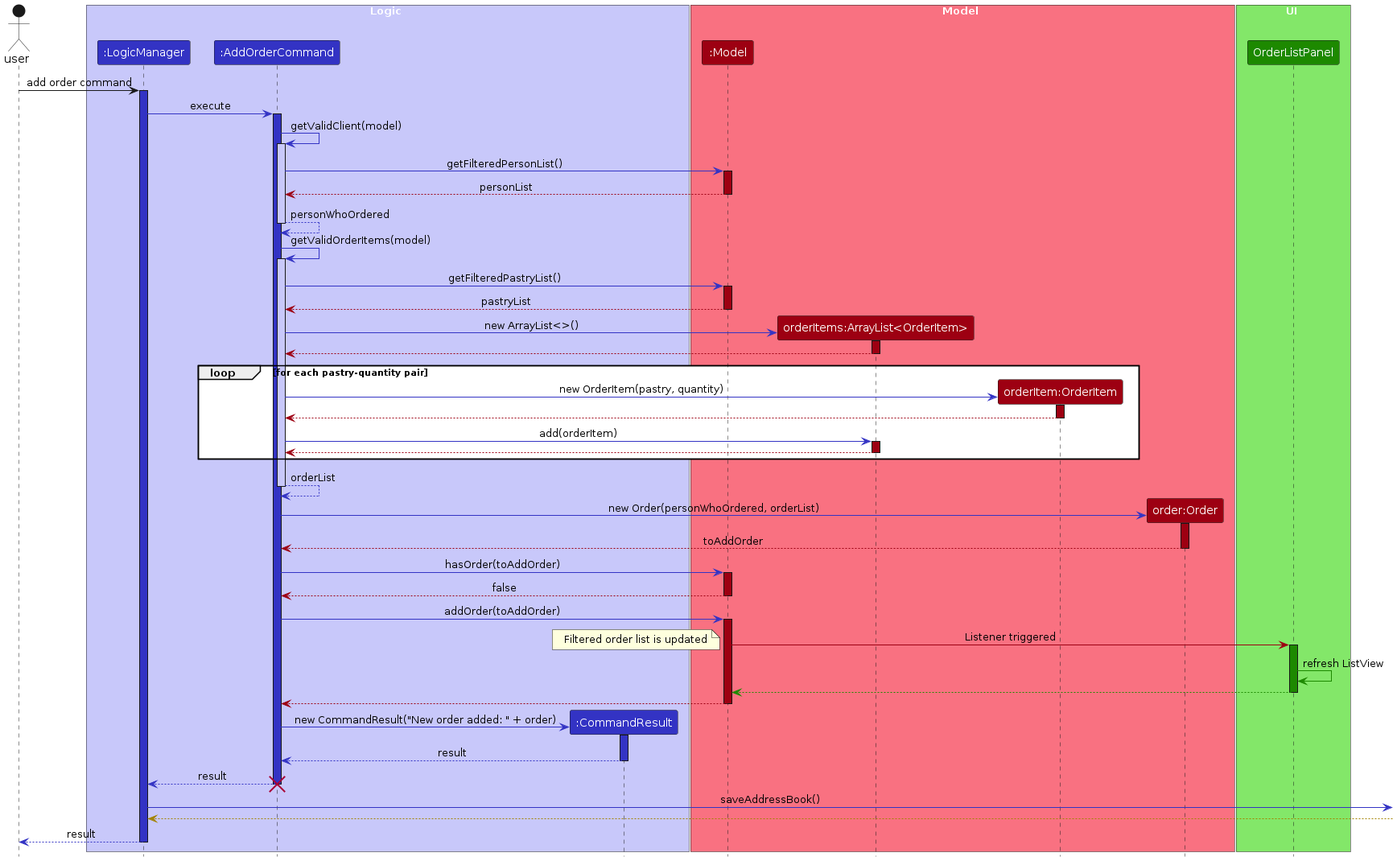
AY2425S2-CS2103T-F13-2/tp keeps this PlantUML diagram as diagrams/AddOrderDiagram.png. Above is the earlier version. Its source is kept beside it as diagrams/AddOrderDiagram.puml. Its diagram source:
```plantuml
@startuml
!include style.puml
skinparam ArrowFontStyle plain

Actor user as user USER_COLOR

box Logic LOGIC_COLOR_T1
participant ":LogicManager" as Logic LOGIC_COLOR
participant ":AddOrderCommand" as AddOrderCommand LOGIC_COLOR
participant ":CommandResult" as CommandResult LOGIC_COLOR
end box

box Model MODEL_COLOR_T1
participant ":Model" as Model MODEL_COLOR
participant "orderItems:ArrayList<OrderItem>" as OrderItems MODEL_COLOR
participant "orderItem:OrderItem" as OrderItem MODEL_COLOR
participant "order:Order" as Order MODEL_COLOR
end box

box UI UI_COLOR_T1
participant "OrderListPanel" as OrderListPanel UI_COLOR
end box

user -[USER_COLOR]> Logic : add order command
activate Logic LOGIC_COLOR

Logic -[LOGIC_COLOR]> AddOrderCommand : execute
activate AddOrderCommand LOGIC_COLOR

AddOrderCommand -[LOGIC_COLOR]> AddOrderCommand : getValidClient(model)
activate AddOrderCommand LOGIC_COLOR_T1
AddOrderCommand -[LOGIC_COLOR]> Model : getFilteredPersonList()
activate Model MODEL_COLOR
Model -[MODEL_COLOR]-> AddOrderCommand : personList
deactivate Model MODEL_COLOR
AddOrderCommand -[LOGIC_COLOR]-> AddOrderCommand : personWhoOrdered
deactivate AddOrderCommand LOGIC_COLOR_T1

AddOrderCommand -[LOGIC_COLOR]> AddOrderCommand : getValidOrderItems(model)
activate AddOrderCommand LOGIC_COLOR_T1
AddOrderCommand -[LOGIC_COLOR]> Model : getFilteredPastryList()
activate Model MODEL_COLOR
Model -[MODEL_COLOR]-> AddOrderCommand : pastryList
deactivate Model MODEL_COLOR

create OrderItems MODEL_COLOR
AddOrderCommand -[LOGIC_COLOR]> OrderItems : new ArrayList<>()
activate OrderItems MODEL_COLOR
OrderItems -[MODEL_COLOR]-> AddOrderCommand
deactivate OrderItems MODEL_COLOR

loop for each pastry-quantity pair
  create OrderItem MODEL_COLOR
  AddOrderCommand -[LOGIC_COLOR]> OrderItem : new OrderItem(pastry, quantity)
  activate OrderItem MODEL_COLOR
  OrderItem -[MODEL_COLOR]-> AddOrderCommand
  deactivate OrderItem MODEL_COLOR

  AddOrderCommand -[LOGIC_COLOR]> OrderItems : add(orderItem)
  activate OrderItems MODEL_COLOR
  OrderItems -[MODEL_COLOR]-> AddOrderCommand
  deactivate OrderItems MODEL_COLOR
end
AddOrderCommand -[LOGIC_COLOR]-> AddOrderCommand : orderList
deactivate AddOrderCommand LOGIC_COLOR_T1

create Order MODEL_COLOR
AddOrderCommand -[LOGIC_COLOR]> Order : new Order(personWhoOrdered, orderList)
activate Order MODEL_COLOR
Order -[MODEL_COLOR]-> AddOrderCommand : toAddOrder
deactivate Order MODEL_COLOR

AddOrderCommand -[LOGIC_COLOR]> Model : hasOrder(toAddOrder)
activate Model MODEL_COLOR
Model -[MODEL_COLOR]-> AddOrderCommand : false
deactivate Model MODEL_COLOR

AddOrderCommand -[LOGIC_COLOR]> Model : addOrder(toAddOrder)
activate Model MODEL_COLOR
Model -[MODEL_COLOR]> OrderListPanel : Listener triggered
note left: Filtered order list is updated
activate OrderListPanel UI_COLOR
OrderListPanel -[UI_COLOR]> OrderListPanel : refresh ListView
OrderListPanel -[UI_COLOR]-> Model
deactivate OrderListPanel UI_COLOR
Model -[MODEL_COLOR]-> AddOrderCommand
deactivate Model MODEL_COLOR

create CommandResult LOGIC_COLOR
AddOrderCommand -[LOGIC_COLOR]> CommandResult : new CommandResult("New order added: " + order)
activate CommandResult LOGIC_COLOR
CommandResult -[LOGIC_COLOR]-> AddOrderCommand : result
deactivate CommandResult LOGIC_COLOR

AddOrderCommand -[LOGIC_COLOR]-> Logic : result
deactivate AddOrderCommand LOGIC_COLOR

destroy AddOrderCommand
Logic -[LOGIC_COLOR]> : saveAddressBook()
]-[STORAGE_COLOR]-> Logic
Logic -[LOGIC_COLOR]-> user : result
deactivate Logic LOGIC_COLOR
@enduml
```
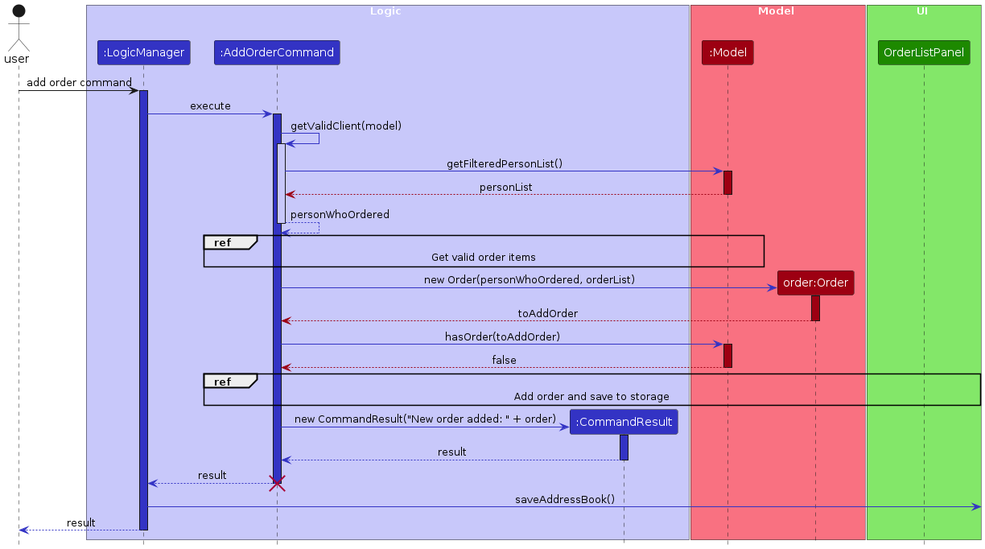
The same file after the commit.

Change to the diagram source:
```diff
@@ -12,8 +12,6 @@
 
 box Model MODEL_COLOR_T1
 participant ":Model" as Model MODEL_COLOR
-participant "orderItems:ArrayList<OrderItem>" as OrderItems MODEL_COLOR
-participant "orderItem:OrderItem" as OrderItem MODEL_COLOR
 participant "order:Order" as Order MODEL_COLOR
 end box
 
@@ -36,33 +34,9 @@
 AddOrderCommand -[LOGIC_COLOR]-> AddOrderCommand : personWhoOrdered
 deactivate AddOrderCommand LOGIC_COLOR_T1
 
-AddOrderCommand -[LOGIC_COLOR]> AddOrderCommand : getValidOrderItems(model)
-activate AddOrderCommand LOGIC_COLOR_T1
-AddOrderCommand -[LOGIC_COLOR]> Model : getFilteredPastryList()
-activate Model MODEL_COLOR
-Model -[MODEL_COLOR]-> AddOrderCommand : pastryList
-deactivate Model MODEL_COLOR
-
-create OrderItems MODEL_COLOR
-AddOrderCommand -[LOGIC_COLOR]> OrderItems : new ArrayList<>()
-activate OrderItems MODEL_COLOR
-OrderItems -[MODEL_COLOR]-> AddOrderCommand
-deactivate OrderItems MODEL_COLOR
-
-loop for each pastry-quantity pair
-  create OrderItem MODEL_COLOR
-  AddOrderCommand -[LOGIC_COLOR]> OrderItem : new OrderItem(pastry, quantity)
-  activate OrderItem MODEL_COLOR
-  OrderItem -[MODEL_COLOR]-> AddOrderCommand
-  deactivate OrderItem MODEL_COLOR
-
-  AddOrderCommand -[LOGIC_COLOR]> OrderItems : add(orderItem)
-  activate OrderItems MODEL_COLOR
-  OrderItems -[MODEL_COLOR]-> AddOrderCommand
-  deactivate OrderItems MODEL_COLOR
-end
-AddOrderCommand -[LOGIC_COLOR]-> AddOrderCommand : orderList
-deactivate AddOrderCommand LOGIC_COLOR_T1
+ref over AddOrderCommand, Model
+  Get valid order items
+end ref
 
 create Order MODEL_COLOR
 AddOrderCommand -[LOGIC_COLOR]> Order : new Order(personWhoOrdered, orderList)
@@ -75,16 +49,9 @@
 Model -[MODEL_COLOR]-> AddOrderCommand : false
 deactivate Model MODEL_COLOR
 
-AddOrderCommand -[LOGIC_COLOR]> Model : addOrder(toAddOrder)
-activate Model MODEL_COLOR
-Model -[MODEL_COLOR]> OrderListPanel : Listener triggered
-note left: Filtered order list is updated
-activate OrderListPanel UI_COLOR
-OrderListPanel -[UI_COLOR]> OrderListPanel : refresh ListView
-OrderListPanel -[UI_COLOR]-> Model
-deactivate OrderListPanel UI_COLOR
-Model -[MODEL_COLOR]-> AddOrderCommand
-deactivate Model MODEL_COLOR
+ref over AddOrderCommand, OrderListPanel
+  Add order and save to storage
+end ref
 
 create CommandResult LOGIC_COLOR
 AddOrderCommand -[LOGIC_COLOR]> CommandResult : new CommandResult("New order added: " + order)
@@ -97,7 +64,6 @@
 
 destroy AddOrderCommand
 Logic -[LOGIC_COLOR]> : saveAddressBook()
-]-[STORAGE_COLOR]-> Logic
 Logic -[LOGIC_COLOR]-> user : result
 deactivate Logic LOGIC_COLOR
 @enduml
```
